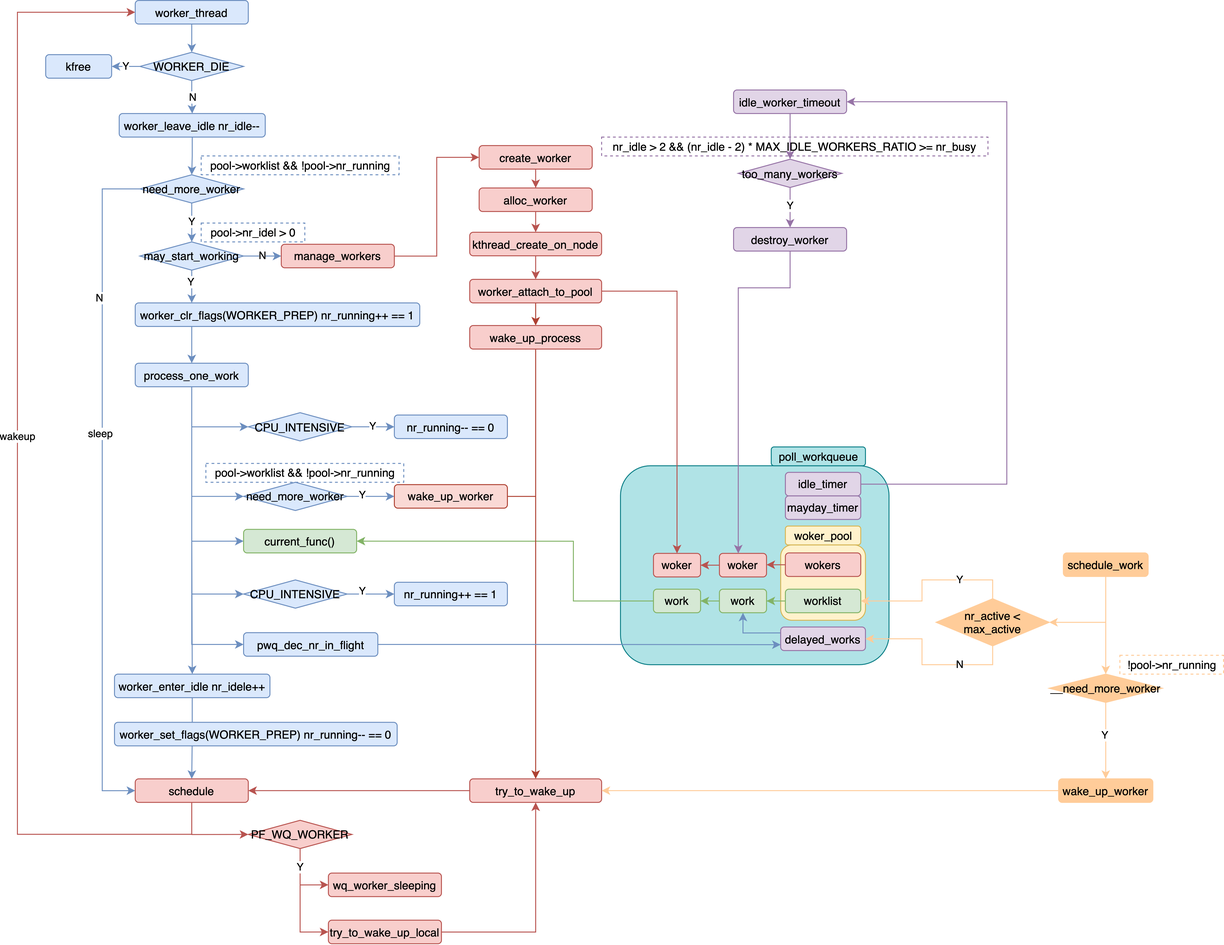
jemmy512/book-notes keeps this draw.io diagram as Images/Kernel/proc-cmwq-flow.png. Above is the earlier version. Source tidied: cells renumbered, new cells last; positions are measured from the earlier drawing's top-left corner, leaving out a move shared by most shapes.
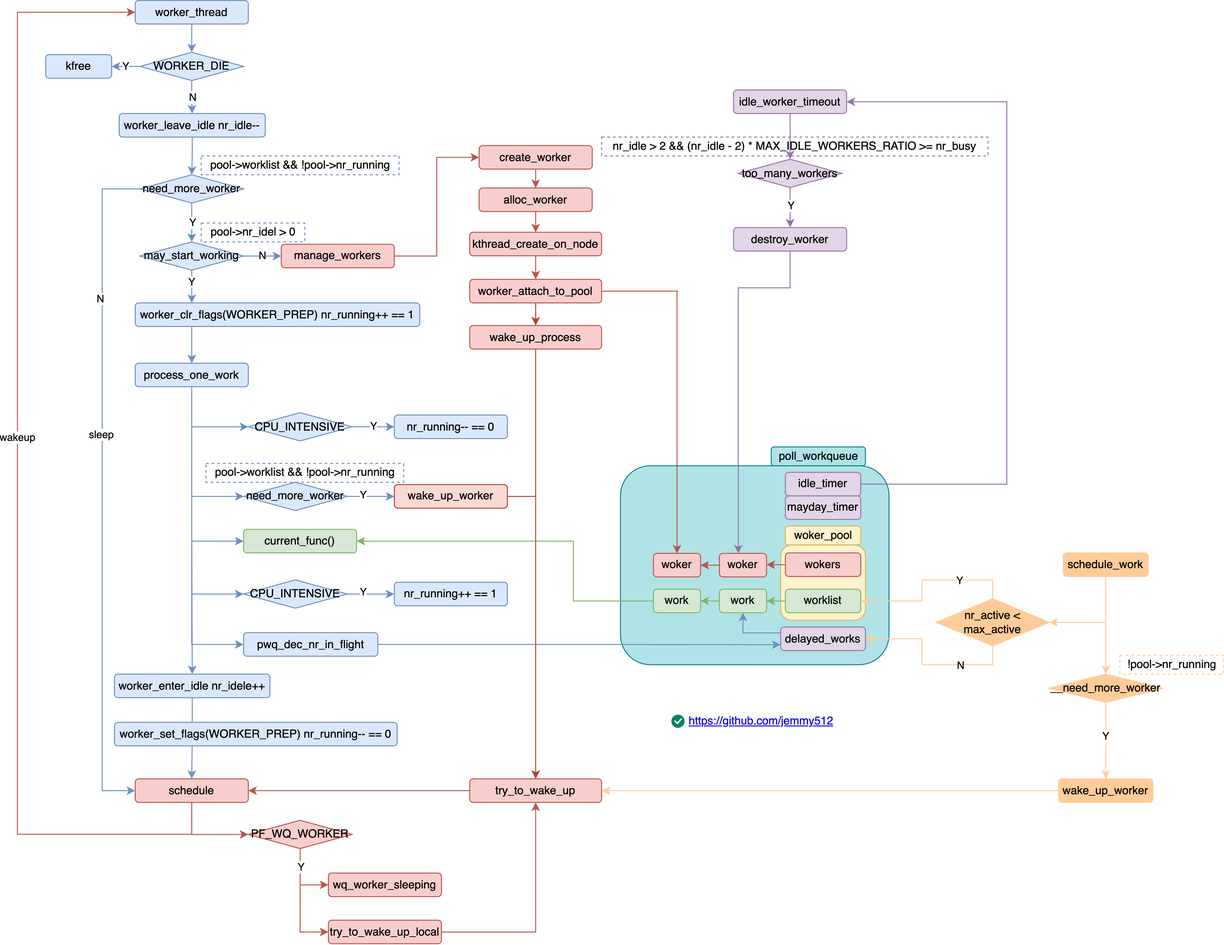
Above is the later version.

The edit, as a diff of the source:
```diff
@@ -434,5 +434,11 @@
     <mxCell id="118" value="pwq_dec_nr_in_flight" style="rounded=1;whiteSpace=wrap;html=1;fillColor=#dae8fc;strokeColor=#6c8ebf;" parent="1" vertex="1">
       <mxGeometry x="240" y="671" width="142.5" height="25" as="geometry" />
     </mxCell>
+    <mxCell id="119" style="html=1;shadow=0;dashed=0;shape=mxgraph.atlassian.checkbox;fillColor=#008465;strokeColor=none;html=1;sketch=0;" parent="1" vertex="1">
+      <mxGeometry x="694" y="758" width="14" height="14" as="geometry" />
+    </mxCell>
+    <mxCell id="120" value="https://github.com/jemmy512" style="text;html=1;strokeColor=none;fillColor=none;whiteSpace=wrap;align=center;verticalAlign=middle;fontColor=#0000EE;fontStyle=4;" parent="1" vertex="1">
+      <mxGeometry x="704.1" y="745" width="170.9" height="40" as="geometry" />
+    </mxCell>
   </root>
 </mxGraphModel>
```
